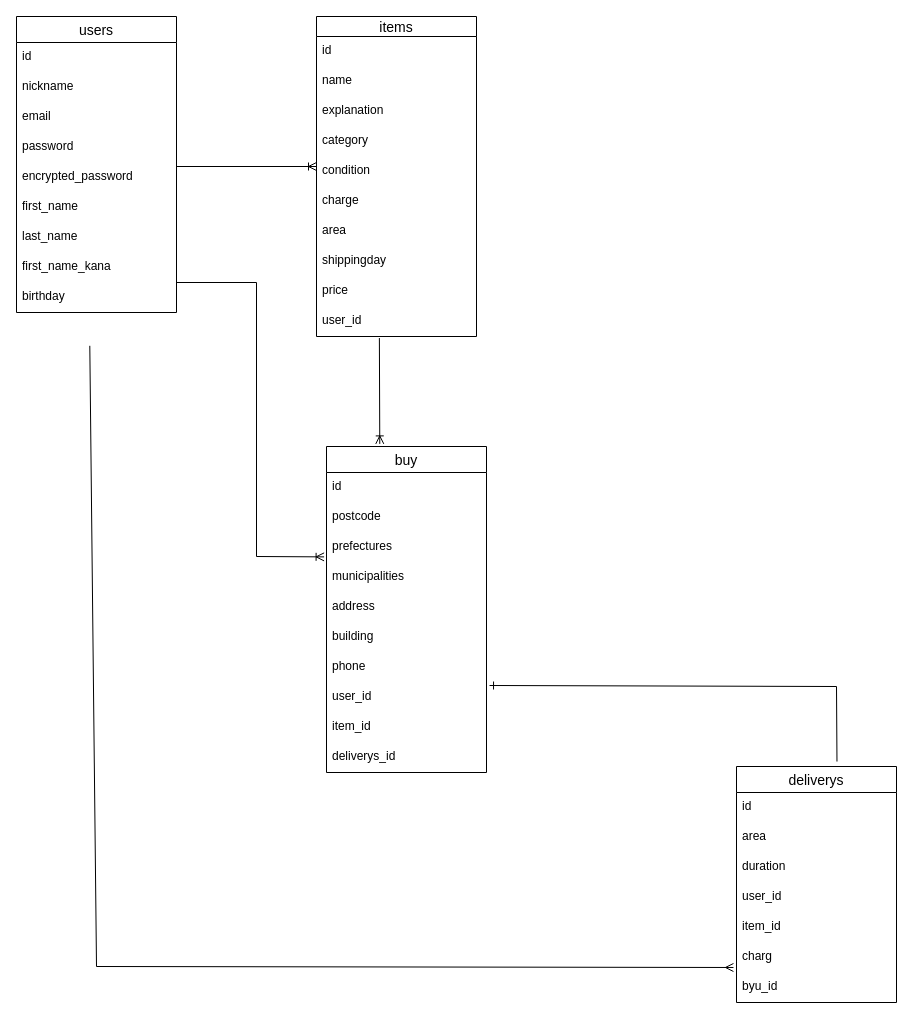
The draw.io diagram er.dio in aaaaasaaaaatech/furima-39332, before the edit. Source tidied: cells renumbered, new cells numbered last; positions are measured from the earlier drawing's top-left corner, leaving out a move shared by most shapes. Both pictures are drawn from the tidied source at 100%, with x=0, y=0 at pixel (16, 16).
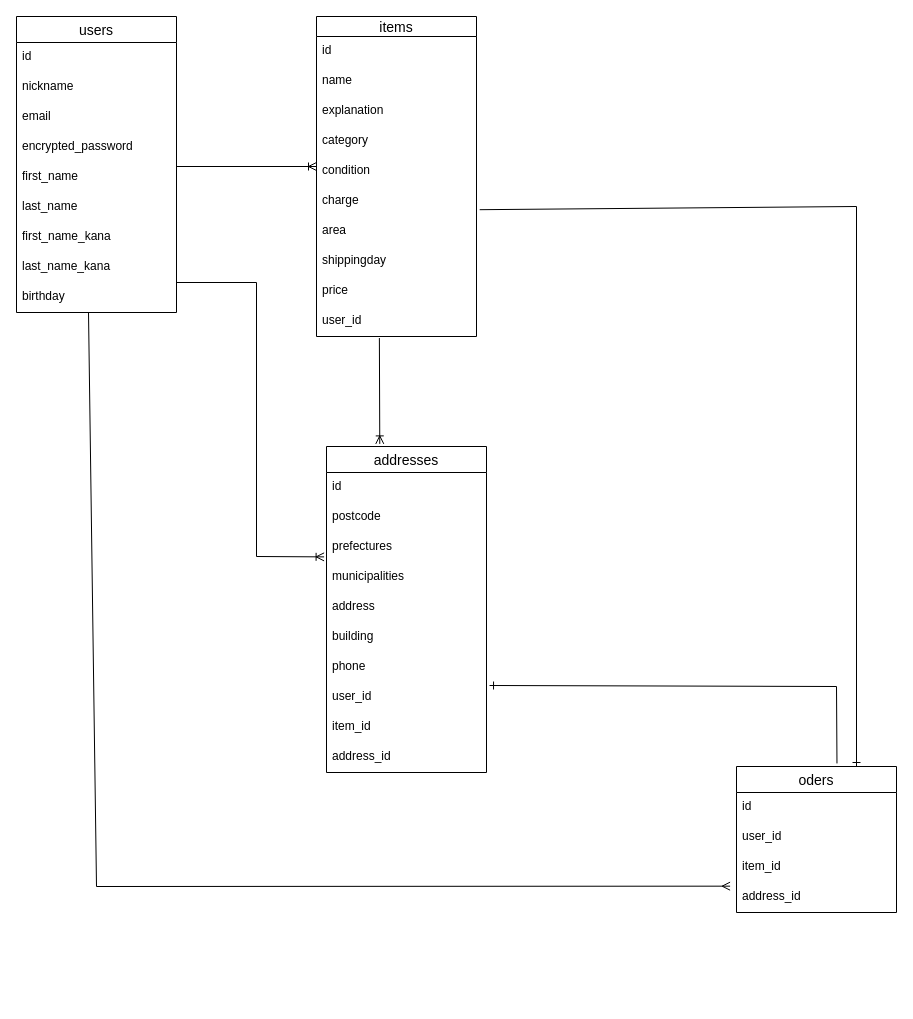
The same diagram, later.

Commit message (it also covers changes not shown here):
データベース設計の修正2

Unchanged cells that the change refers to:
```xml
<mxCell id="2" style="group;" parent="1" vertex="1">
  <mxGeometry width="880" height="986" as="geometry" />
</mxCell>
<mxCell id="3" value="users" style="swimlane;fontStyle=0;horizontal=1;startSize=26;align=center;fontSize=14;" parent="2" vertex="1">
  <mxGeometry width="160" height="296" as="geometry" />
</mxCell>
<mxCell id="12" value="birthday" style="text;strokeColor=none;fillColor=none;spacingLeft=4;spacingRight=4;overflow=hidden;points=[[0,0.5],[1,0.5]];portConstraint=eastwest;fontSize=12;" parent="3" vertex="1">
  <mxGeometry y="266" width="160" height="30" as="geometry" />
</mxCell>
<mxCell id="20" value="area" style="text;strokeColor=none;fillColor=none;spacingLeft=4;spacingRight=4;overflow=hidden;points=[[0,0.5],[1,0.5]];portConstraint=eastwest;fontSize=12;" parent="13" vertex="1">
  <mxGeometry y="200" width="160" height="30" as="geometry" />
</mxCell>
```

Diff of the diagram source:
```diff
@@
-    <mxCell id="7" value="password" style="text;strokeColor=none;fillColor=none;spacingLeft=4;spacingRight=4;overflow=hidden;fontSize=12;" parent="3" vertex="1">
-      <mxGeometry y="116" width="160" height="30" as="geometry" />
-    </mxCell>
     <mxCell id="8" value="encrypted_password" style="text;strokeColor=none;fillColor=none;spacingLeft=4;spacingRight=4;overflow=hidden;fontSize=12;" parent="3" vertex="1">
-      <mxGeometry y="146" width="160" height="30" as="geometry" />
+      <mxGeometry y="116" width="160" height="30" as="geometry" />
     </mxCell>
     <mxCell id="9" value="first_name" style="text;strokeColor=none;fillColor=none;spacingLeft=4;spacingRight=4;overflow=hidden;fontSize=12;" parent="3" vertex="1">
-      <mxGeometry y="176" width="160" height="30" as="geometry" />
+      <mxGeometry y="146" width="160" height="30" as="geometry" />
     </mxCell>
     <mxCell id="10" value="last_name" style="text;strokeColor=none;fillColor=none;spacingLeft=4;spacingRight=4;overflow=hidden;fontSize=12;" parent="3" vertex="1">
-      <mxGeometry y="206" width="160" height="30" as="geometry" />
+      <mxGeometry y="176" width="160" height="30" as="geometry" />
     </mxCell>
     <mxCell id="11" value="first_name_kana " style="text;strokeColor=none;fillColor=none;spacingLeft=4;spacingRight=4;overflow=hidden;fontSize=12;" parent="3" vertex="1">
-      <mxGeometry y="236" width="160" height="30" as="geometry" />
+      <mxGeometry y="206" width="160" height="30" as="geometry" />
     </mxCell>
+    <mxCell id="48" value="last_name_kana" style="text;strokeColor=none;fillColor=none;spacingLeft=4;spacingRight=4;overflow=hidden;fontSize=12;" parent="3" vertex="1">
+      <mxGeometry y="236" width="160" height="30" as="geometry" />
+    </mxCell>
@@
-    <mxCell id="24" value="deliverys" style="swimlane;fontStyle=0;horizontal=1;startSize=26;align=center;fontSize=14;" parent="2" vertex="1">
-      <mxGeometry x="720" y="750" width="160" height="236" as="geometry" />
+    <mxCell id="24" value="oders" style="swimlane;fontStyle=0;horizontal=1;startSize=26;align=center;fontSize=14;" parent="2" vertex="1">
+      <mxGeometry x="720" y="750" width="160" height="146" as="geometry" />
     </mxCell>
@@
-    <mxCell id="26" value="area" style="text;strokeColor=none;fillColor=none;spacingLeft=4;spacingRight=4;overflow=hidden;fontSize=12;" parent="24" vertex="1">
-      <mxGeometry y="56" width="160" height="30" as="geometry" />
-    </mxCell>
-    <mxCell id="27" value="duration" style="text;strokeColor=none;fillColor=none;spacingLeft=4;spacingRight=4;overflow=hidden;fontSize=12;" parent="24" vertex="1">
-      <mxGeometry y="86" width="160" height="30" as="geometry" />
-    </mxCell>
     <mxCell id="28" value="user_id" style="text;strokeColor=none;fillColor=none;spacingLeft=4;spacingRight=4;overflow=hidden;fontSize=12;" parent="24" vertex="1">
-      <mxGeometry y="116" width="160" height="30" as="geometry" />
+      <mxGeometry y="56" width="160" height="30" as="geometry" />
     </mxCell>
     <mxCell id="29" value="item_id" style="text;strokeColor=none;fillColor=none;spacingLeft=4;spacingRight=4;overflow=hidden;fontSize=12;" parent="24" vertex="1">
-      <mxGeometry y="146" width="160" height="30" as="geometry" />
+      <mxGeometry y="86" width="160" height="30" as="geometry" />
     </mxCell>
-    <mxCell id="30" value="charg" style="text;strokeColor=none;fillColor=none;spacingLeft=4;spacingRight=4;overflow=hidden;fontSize=12;" parent="24" vertex="1">
-      <mxGeometry y="176" width="160" height="30" as="geometry" />
-    </mxCell>
-    <mxCell id="31" value="byu_id" style="text;strokeColor=none;fillColor=none;spacingLeft=4;spacingRight=4;overflow=hidden;points=[[0,0.5],[1,0.5]];portConstraint=eastwest;fontSize=12;" parent="24" vertex="1">
-      <mxGeometry y="206" width="160" height="30" as="geometry" />
+    <mxCell id="31" value="address_id" style="text;strokeColor=none;fillColor=none;spacingLeft=4;spacingRight=4;overflow=hidden;points=[[0,0.5],[1,0.5]];portConstraint=eastwest;fontSize=12;" parent="24" vertex="1">
+      <mxGeometry y="116" width="160" height="30" as="geometry" />
     </mxCell>
-    <mxCell id="32" value="buy" style="swimlane;fontStyle=0;horizontal=1;startSize=26;align=center;fontSize=14;" parent="2" vertex="1">
+    <mxCell id="32" value="addresses" style="swimlane;fontStyle=0;horizontal=1;startSize=26;align=center;fontSize=14;" parent="2" vertex="1">
       <mxGeometry x="310" y="430" width="160" height="326" as="geometry" />
     </mxCell>
@@
-    <mxCell id="42" value="deliverys_id" style="text;strokeColor=none;fillColor=none;spacingLeft=4;spacingRight=4;overflow=hidden;fontSize=12;" parent="32" vertex="1">
+    <mxCell id="42" value="address_id" style="text;strokeColor=none;fillColor=none;spacingLeft=4;spacingRight=4;overflow=hidden;fontSize=12;" parent="32" vertex="1">
       <mxGeometry y="296" width="160" height="30" as="geometry" />
     </mxCell>
-    <mxCell id="43" style="endArrow=ERmany;html=1;rounded=0;endFill=0;exitX=0.458;exitY=1.111;exitDx=0;exitDy=0;exitPerimeter=0;entryX=-0.019;entryY=-0.167;entryDx=0;entryDy=0;entryPerimeter=0;" parent="2" edge="1" target="31">
+    <mxCell id="43" style="endArrow=ERmany;html=1;rounded=0;endFill=0;exitX=0.45;exitY=0.995;exitDx=0;exitDy=0;exitPerimeter=0;entryX=-0.04;entryY=0.122;entryDx=0;entryDy=0;entryPerimeter=0;" parent="2" edge="1" source="12" target="31">
       <mxGeometry relative="1" as="geometry">
-        <mxPoint x="73.3" y="329.3" as="sourcePoint" />
         <Array as="points">
-          <mxPoint x="80" y="950" />
+          <mxPoint x="80" y="870" />
         </Array>
       </mxGeometry>
     </mxCell>
@@
+    <mxCell id="49" style="endArrow=ERone;html=1;rounded=0;exitX=1.02;exitY=-0.227;exitDx=0;exitDy=0;exitPerimeter=0;endFill=0;" parent="1" edge="1" source="20">
+      <mxGeometry relative="1" as="geometry">
+        <mxPoint x="840" y="750" as="targetPoint" />
+        <Array as="points">
+          <mxPoint x="840" y="190" />
+        </Array>
+      </mxGeometry>
+    </mxCell>
```
